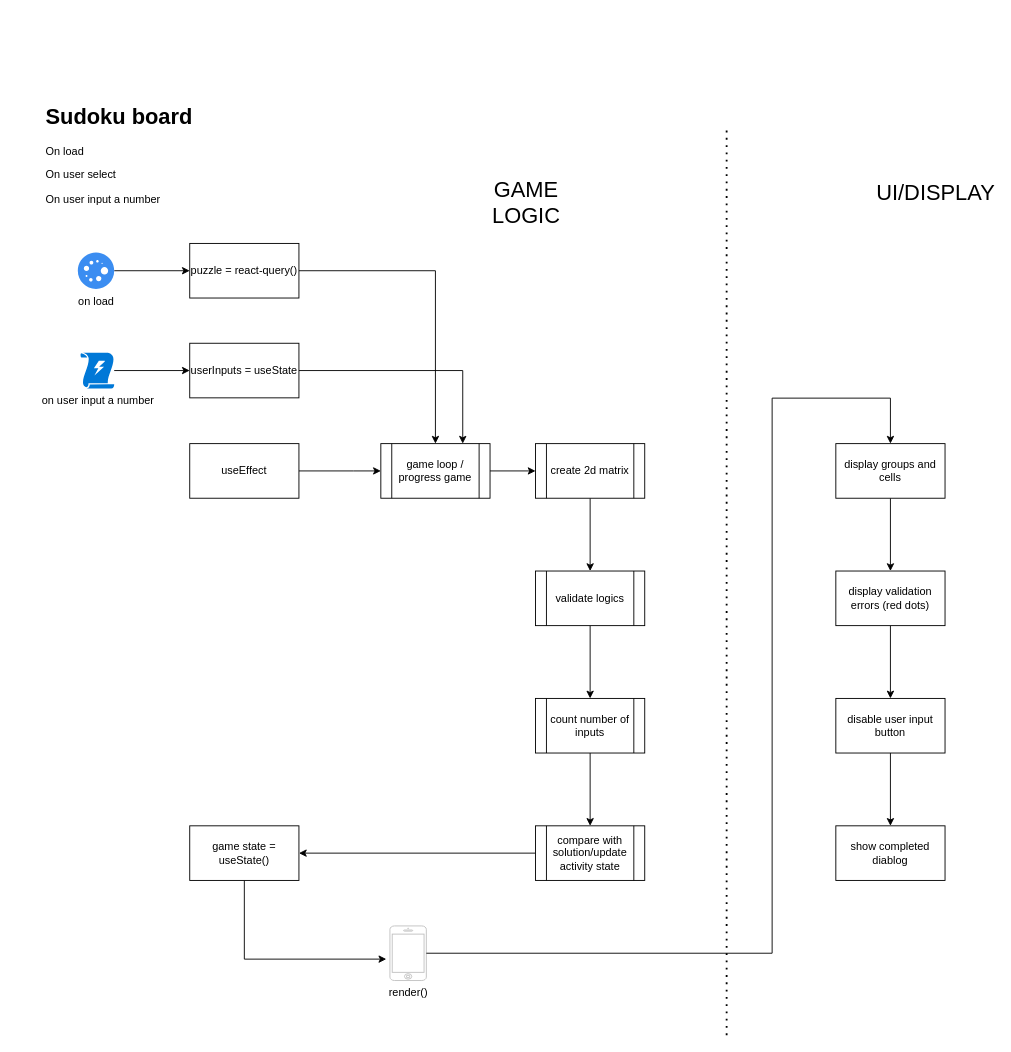
Earlier version of the draw.io diagram EInkGamesWeb/sudoku-game.drawio (truongngoctuan/eink-games). Source tidied: cells renumbered, new cells numbered last; positions are measured from the earlier drawing's top-left corner, leaving out a move shared by most shapes. Both pictures are drawn from the tidied source at 91%, with x=0, y=0 at pixel (44, 97).
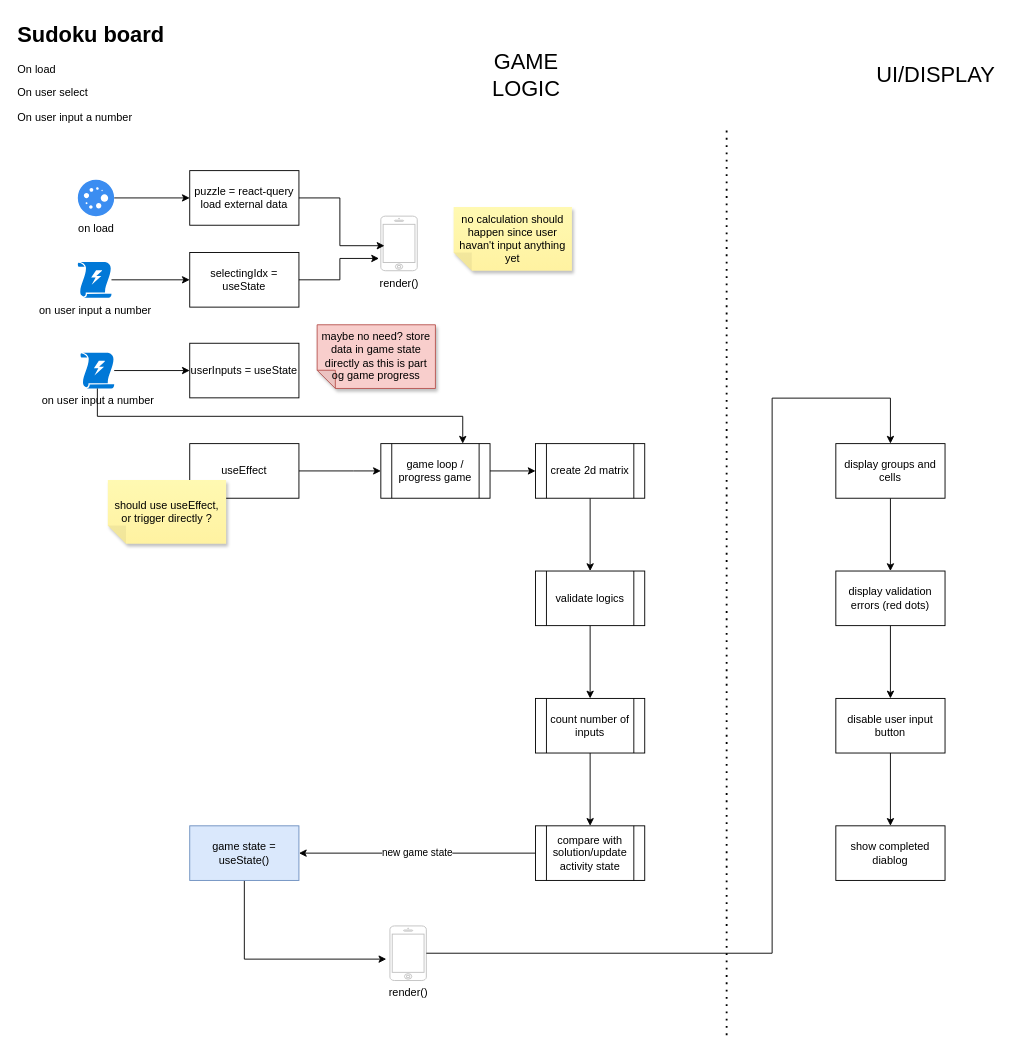
The same diagram, later.

The change refers to these unchanged cells:
```xml
<mxCell id="6" value="on user input a number" style="sketch=0;shadow=0;dashed=0;html=1;strokeColor=none;labelPosition=center;verticalLabelPosition=bottom;verticalAlign=top;align=center;shape=mxgraph.mscae.enterprise.triggers;fillColor=#0078D7;" parent="1" vertex="1">
  <mxGeometry x="40" y="280" width="37" height="39.4" as="geometry" />
</mxCell>
<mxCell id="8" value="userInputs = useState" style="rounded=0;whiteSpace=wrap;html=1;" parent="1" vertex="1">
  <mxGeometry x="160" y="269.7" width="120" height="60" as="geometry" />
</mxCell>
<mxCell id="12" value="game loop / progress game" style="shape=process;whiteSpace=wrap;html=1;backgroundOutline=1;" parent="1" vertex="1">
  <mxGeometry x="370" y="380" width="120" height="60" as="geometry" />
</mxCell>
<mxCell id="25" value="compare with solution/update activity state" style="shape=process;whiteSpace=wrap;html=1;backgroundOutline=1;" parent="1" vertex="1">
  <mxGeometry x="540" y="800" width="120" height="60" as="geometry" />
</mxCell>
```

What changed in the source:
```diff
@@
     <mxCell id="3" value="on load" style="sketch=0;html=1;strokeColor=none;shadow=0;fillColor=#3B8DF1;verticalAlign=top;labelPosition=center;verticalLabelPosition=bottom;shape=mxgraph.gcp2.loading_3;" parent="1" vertex="1">
-      <mxGeometry x="37" y="170" width="40" height="40" as="geometry" />
+      <mxGeometry x="37" y="90" width="40" height="40" as="geometry" />
     </mxCell>
     <mxCell id="4" value="&lt;h1 style=&quot;margin-top: 0px;&quot;&gt;Sudoku board&lt;/h1&gt;&lt;p&gt;On load&lt;/p&gt;&lt;p&gt;On user select&lt;/p&gt;&lt;p&gt;On user input a number&lt;/p&gt;" style="text;html=1;whiteSpace=wrap;overflow=hidden;rounded=0;" parent="1" vertex="1">
-      <mxGeometry width="180" height="120" as="geometry" />
+      <mxGeometry x="-31.5" y="-90" width="180" height="120" as="geometry" />
     </mxCell>
@@
-    <mxCell id="7" style="edgeStyle=orthogonalEdgeStyle;rounded=0;jettySize=auto;html=1;entryX=0.75;entryY=0;entryDx=0;entryDy=0;" parent="1" edge="1" source="8" target="12">
-      <mxGeometry relative="1" as="geometry" />
+    <mxCell id="7" style="edgeStyle=orthogonalEdgeStyle;rounded=0;jettySize=auto;html=1;entryX=0.75;entryY=0;entryDx=0;entryDy=0;exitX=0.5;exitY=1;exitDx=0;exitDy=0;exitPerimeter=0;" parent="1" edge="1" source="6" target="12">
+      <mxGeometry relative="1" as="geometry">
+        <Array as="points">
+          <mxPoint x="59" y="350" />
+          <mxPoint x="460" y="350" />
+        </Array>
+      </mxGeometry>
     </mxCell>
@@
-    <mxCell id="9" style="edgeStyle=orthogonalEdgeStyle;rounded=0;jettySize=auto;html=1;entryX=0.5;entryY=0;entryDx=0;entryDy=0;" parent="1" edge="1" source="10" target="12">
-      <mxGeometry relative="1" as="geometry" />
-    </mxCell>
-    <mxCell id="10" value="puzzle = react-query()" style="rounded=0;whiteSpace=wrap;html=1;" parent="1" vertex="1">
-      <mxGeometry x="160" y="160" width="120" height="60" as="geometry" />
+    <mxCell id="10" value="puzzle = react-query&lt;br&gt;load external data" style="rounded=0;whiteSpace=wrap;html=1;" parent="1" vertex="1">
+      <mxGeometry x="160" y="80" width="120" height="60" as="geometry" />
     </mxCell>
@@
     <mxCell id="22" value="&lt;font style=&quot;font-size: 24px;&quot;&gt;GAME LOGIC&lt;/font&gt;" style="text;html=1;align=center;verticalAlign=middle;whiteSpace=wrap;rounded=0;" parent="1" vertex="1">
-      <mxGeometry x="500" y="100" width="60" height="30" as="geometry" />
+      <mxGeometry x="500" y="-40" width="60" height="30" as="geometry" />
     </mxCell>
     <mxCell id="23" value="UI/DISPLAY" style="text;html=1;align=center;verticalAlign=middle;whiteSpace=wrap;rounded=0;fontSize=24;" parent="1" vertex="1">
-      <mxGeometry x="950" y="90" width="60" height="30" as="geometry" />
+      <mxGeometry x="950" y="-40" width="60" height="30" as="geometry" />
     </mxCell>
-    <mxCell id="24" style="edgeStyle=orthogonalEdgeStyle;rounded=0;jettySize=auto;html=1;entryX=1;entryY=0.5;entryDx=0;entryDy=0;" parent="1" edge="1" source="25" target="32">
+    <mxCell id="24" value="new game state" style="edgeStyle=orthogonalEdgeStyle;rounded=0;jettySize=auto;html=1;entryX=1;entryY=0.5;entryDx=0;entryDy=0;" parent="1" edge="1" source="25" target="32">
       <mxGeometry relative="1" as="geometry" />
     </mxCell>
@@
-    <mxCell id="32" value="game state = useState()" style="rounded=0;whiteSpace=wrap;html=1;" parent="1" vertex="1">
+    <mxCell id="32" value="game state = useState()" style="rounded=0;whiteSpace=wrap;html=1;fillColor=#dae8fc;strokeColor=#6c8ebf;" parent="1" vertex="1">
       <mxGeometry x="160" y="800" width="120" height="60" as="geometry" />
     </mxCell>
@@
+    <mxCell id="37" value="should use useEffect, or trigger directly ?" style="shape=note;whiteSpace=wrap;html=1;backgroundOutline=1;fontColor=#000000;darkOpacity=0.05;fillColor=#FFF9B2;strokeColor=none;fillStyle=solid;direction=west;gradientDirection=north;gradientColor=#FFF2A1;shadow=1;size=20;" parent="1" vertex="1">
+      <mxGeometry x="70" y="420" width="130" height="70" as="geometry" />
+    </mxCell>
+    <mxCell id="38" value="render()" style="html=1;verticalLabelPosition=bottom;labelBackgroundColor=#ffffff;verticalAlign=top;shadow=0;dashed=0;strokeWidth=1;shape=mxgraph.ios7.misc.iphone;strokeColor=#c0c0c0;" parent="1" vertex="1">
+      <mxGeometry x="370" y="130" width="40" height="60" as="geometry" />
+    </mxCell>
+    <mxCell id="39" style="edgeStyle=orthogonalEdgeStyle;rounded=0;jettySize=auto;html=1;entryX=0.1;entryY=0.542;entryDx=0;entryDy=0;entryPerimeter=0;" parent="1" edge="1" source="10" target="38">
+      <mxGeometry relative="1" as="geometry" />
+    </mxCell>
+    <mxCell id="40" value="selectingIdx = useState" style="rounded=0;whiteSpace=wrap;html=1;" parent="1" vertex="1">
+      <mxGeometry x="160" y="170" width="120" height="60" as="geometry" />
+    </mxCell>
+    <mxCell id="41" style="edgeStyle=orthogonalEdgeStyle;rounded=0;jettySize=auto;html=1;entryX=0;entryY=0.5;entryDx=0;entryDy=0;" parent="1" edge="1" source="42" target="40">
+      <mxGeometry relative="1" as="geometry" />
+    </mxCell>
+    <mxCell id="42" value="on user input a number" style="sketch=0;shadow=0;dashed=0;html=1;strokeColor=none;labelPosition=center;verticalLabelPosition=bottom;verticalAlign=top;align=center;shape=mxgraph.mscae.enterprise.triggers;fillColor=#0078D7;" parent="1" vertex="1">
+      <mxGeometry x="37" y="180.3" width="37" height="39.4" as="geometry" />
+    </mxCell>
+    <mxCell id="43" style="edgeStyle=orthogonalEdgeStyle;rounded=0;jettySize=auto;html=1;entryX=-0.05;entryY=0.775;entryDx=0;entryDy=0;entryPerimeter=0;" parent="1" edge="1" source="40" target="38">
+      <mxGeometry relative="1" as="geometry" />
+    </mxCell>
+    <mxCell id="44" value="no calculation should happen since user havan't input anything yet" style="shape=note;whiteSpace=wrap;html=1;backgroundOutline=1;fontColor=#000000;darkOpacity=0.05;fillColor=#FFF9B2;strokeColor=none;fillStyle=solid;direction=west;gradientDirection=north;gradientColor=#FFF2A1;shadow=1;size=20;" parent="1" vertex="1">
+      <mxGeometry x="450" y="120" width="130" height="70" as="geometry" />
+    </mxCell>
+    <mxCell id="45" value="maybe no need? store data in game state directly as this is part og game progress" style="shape=note;whiteSpace=wrap;html=1;backgroundOutline=1;darkOpacity=0.05;fillColor=#f8cecc;strokeColor=#b85450;fillStyle=solid;direction=west;gradientDirection=north;shadow=1;size=20;" parent="1" vertex="1">
+      <mxGeometry x="300" y="249.4" width="130" height="70" as="geometry" />
+    </mxCell>
```
